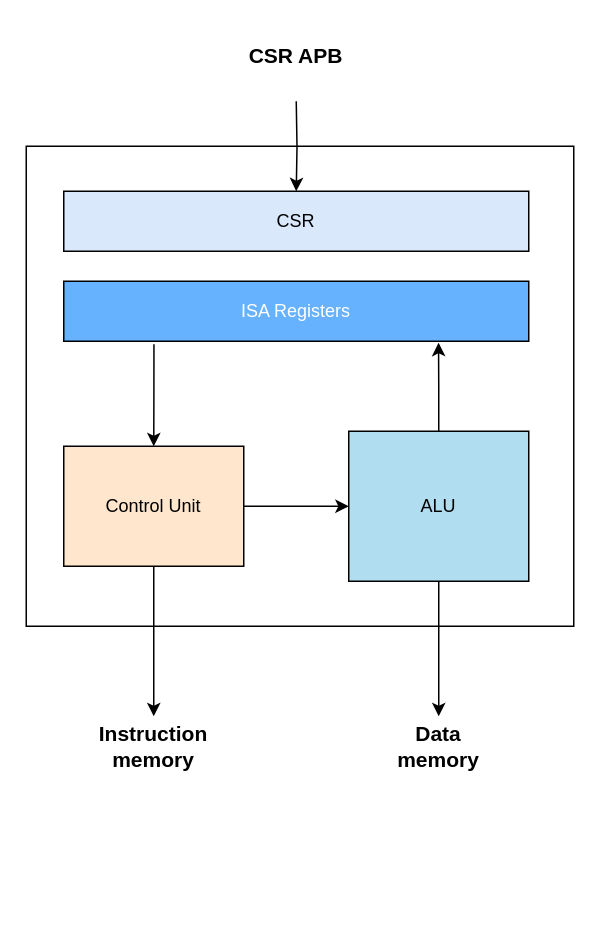
This is page "Overview" (1 of 3) of doc/friscv.drawio from dpretet/friscv, a draw.io file, before an edit. Source tidied: cells renumbered, new cells numbered last; positions are measured from the earlier drawing's top-left corner, leaving out a move shared by most shapes. Both pictures are drawn from the tidied source at 150%, with x=0, y=0 at pixel (26, 26).
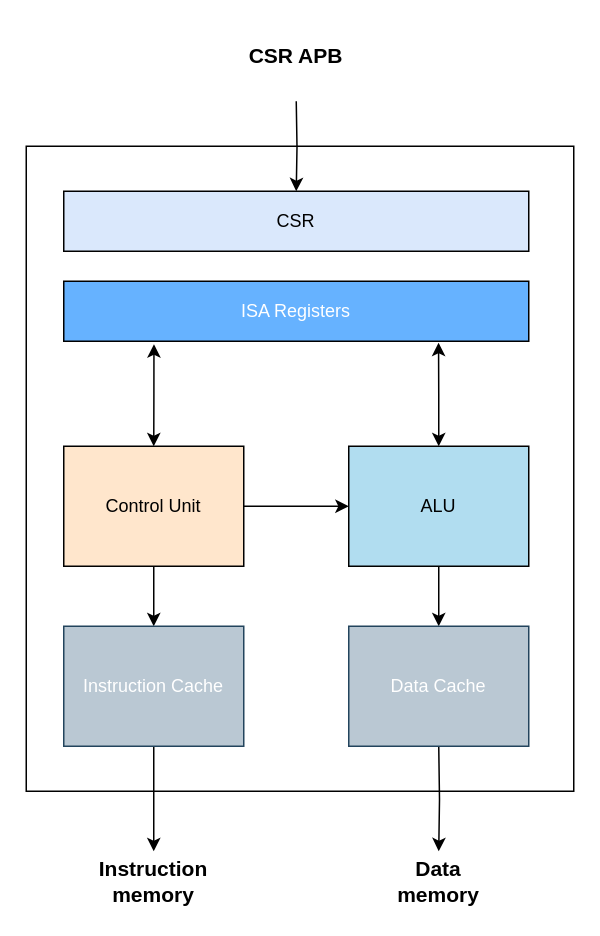
After the change.

Unchanged cells that the change refers to:
```xml
<mxCell id="8" value="Control Unit" style="rounded=0;whiteSpace=wrap;html=1;fillColor=#FFE6CC;" parent="1" vertex="1">
  <mxGeometry x="25" y="280" width="120" height="80" as="geometry" />
</mxCell>
<mxCell id="11" value="ISA Registers" style="rounded=0;whiteSpace=wrap;html=1;fillColor=#66B2FF;fontColor=#FFFFFF;" parent="1" vertex="1">
  <mxGeometry x="25" y="170" width="310" height="40" as="geometry" />
</mxCell>
```

The edit, as a diff of the source:
```diff
@@
     <mxCell id="2" style="rounded=0;whiteSpace=wrap;html=1;" parent="1" vertex="1">
-      <mxGeometry y="80" width="365" height="320" as="geometry" />
+      <mxGeometry y="80" width="365" height="430" as="geometry" />
     </mxCell>
-    <mxCell id="3" style="edgeStyle=orthogonalEdgeStyle;rounded=0;jettySize=auto;html=1;startArrow=none;startFill=0;entryX=0.5;entryY=0;entryDx=0;entryDy=0;" parent="1" edge="1" source="5" target="12">
-      <mxGeometry relative="1" as="geometry" />
+    <mxCell id="3" style="edgeStyle=orthogonalEdgeStyle;rounded=0;jettySize=auto;html=1;startArrow=none;startFill=0;entryX=0.5;entryY=0;entryDx=0;entryDy=0;" parent="1" edge="1" target="12">
+      <mxGeometry relative="1" as="geometry">
+        <mxPoint x="275" y="480" as="sourcePoint" />
+      </mxGeometry>
     </mxCell>
-    <mxCell id="4" style="edgeStyle=orthogonalEdgeStyle;rounded=0;jettySize=auto;html=1;startArrow=none;startFill=0;endArrow=classic;endFill=1;fontColor=#FFFFFF;entryX=0.806;entryY=1.025;entryDx=0;entryDy=0;entryPerimeter=0;" parent="1" edge="1" source="5" target="11">
+    <mxCell id="4" style="edgeStyle=orthogonalEdgeStyle;rounded=0;jettySize=auto;html=1;startArrow=classic;startFill=1;endArrow=classic;endFill=1;fontColor=#FFFFFF;entryX=0.806;entryY=1.025;entryDx=0;entryDy=0;entryPerimeter=0;" parent="1" edge="1" source="5" target="11">
       <mxGeometry relative="1" as="geometry" />
     </mxCell>
+    <mxCell id="17" style="edgeStyle=orthogonalEdgeStyle;rounded=0;jettySize=auto;html=1;startArrow=none;startFill=0;fontSize=14;" parent="1" edge="1" source="5" target="20">
+      <mxGeometry relative="1" as="geometry" />
+    </mxCell>
     <mxCell id="5" value="ALU" style="rounded=0;whiteSpace=wrap;html=1;fillColor=#b1ddf0;" parent="1" vertex="1">
-      <mxGeometry x="215" y="270" width="120" height="100" as="geometry" />
+      <mxGeometry x="215" y="280" width="120" height="80" as="geometry" />
     </mxCell>
@@
-    <mxCell id="7" style="edgeStyle=orthogonalEdgeStyle;rounded=0;jettySize=auto;html=1;exitX=0.194;exitY=1.05;exitDx=0;exitDy=0;entryX=0.5;entryY=0;entryDx=0;entryDy=0;startArrow=none;startFill=0;exitPerimeter=0;" parent="1" edge="1" source="11" target="8">
+    <mxCell id="7" style="edgeStyle=orthogonalEdgeStyle;rounded=0;jettySize=auto;html=1;exitX=0.194;exitY=1.05;exitDx=0;exitDy=0;entryX=0.5;entryY=0;entryDx=0;entryDy=0;startArrow=classic;startFill=1;exitPerimeter=0;" parent="1" edge="1" source="11" target="8">
       <mxGeometry relative="1" as="geometry" />
     </mxCell>
+    <mxCell id="18" style="edgeStyle=orthogonalEdgeStyle;rounded=0;jettySize=auto;html=1;startArrow=none;startFill=0;fontSize=14;" parent="1" edge="1" source="8" target="19">
+      <mxGeometry relative="1" as="geometry" />
+    </mxCell>
@@
-    <mxCell id="9" style="edgeStyle=orthogonalEdgeStyle;rounded=0;jettySize=auto;html=1;entryX=0.5;entryY=0;entryDx=0;entryDy=0;exitX=0.5;exitY=1;exitDx=0;exitDy=0;" parent="1" edge="1" source="8" target="13">
+    <mxCell id="9" style="edgeStyle=orthogonalEdgeStyle;rounded=0;jettySize=auto;html=1;entryX=0.5;entryY=0;entryDx=0;entryDy=0;exitX=0.5;exitY=1;exitDx=0;exitDy=0;" parent="1" edge="1" source="19" target="13">
       <mxGeometry relative="1" as="geometry" />
     </mxCell>
@@
     <mxCell id="12" value="Data memory" style="text;html=1;strokeColor=none;fillColor=none;align=center;verticalAlign=middle;whiteSpace=wrap;rounded=0;fontStyle=1;fontSize=14;" parent="1" vertex="1">
-      <mxGeometry x="240" y="460" width="70" height="40" as="geometry" />
+      <mxGeometry x="240" y="550" width="70" height="40" as="geometry" />
     </mxCell>
     <mxCell id="13" value="Instruction memory" style="text;html=1;strokeColor=none;fillColor=none;align=center;verticalAlign=middle;whiteSpace=wrap;rounded=0;fontStyle=1;fontSize=14;" parent="1" vertex="1">
-      <mxGeometry x="50" y="460" width="70" height="40" as="geometry" />
+      <mxGeometry x="50" y="550" width="70" height="40" as="geometry" />
     </mxCell>
@@
+    <mxCell id="19" value="Instruction Cache" style="rounded=0;whiteSpace=wrap;html=1;fillColor=#bac8d3;strokeColor=#23445d;fontColor=#FFFFFF;" parent="1" vertex="1">
+      <mxGeometry x="25" y="400" width="120" height="80" as="geometry" />
+    </mxCell>
+    <mxCell id="20" value="Data Cache" style="rounded=0;whiteSpace=wrap;html=1;fillColor=#bac8d3;strokeColor=#23445d;fontColor=#FFFFFF;" parent="1" vertex="1">
+      <mxGeometry x="215" y="400" width="120" height="80" as="geometry" />
+    </mxCell>
```
